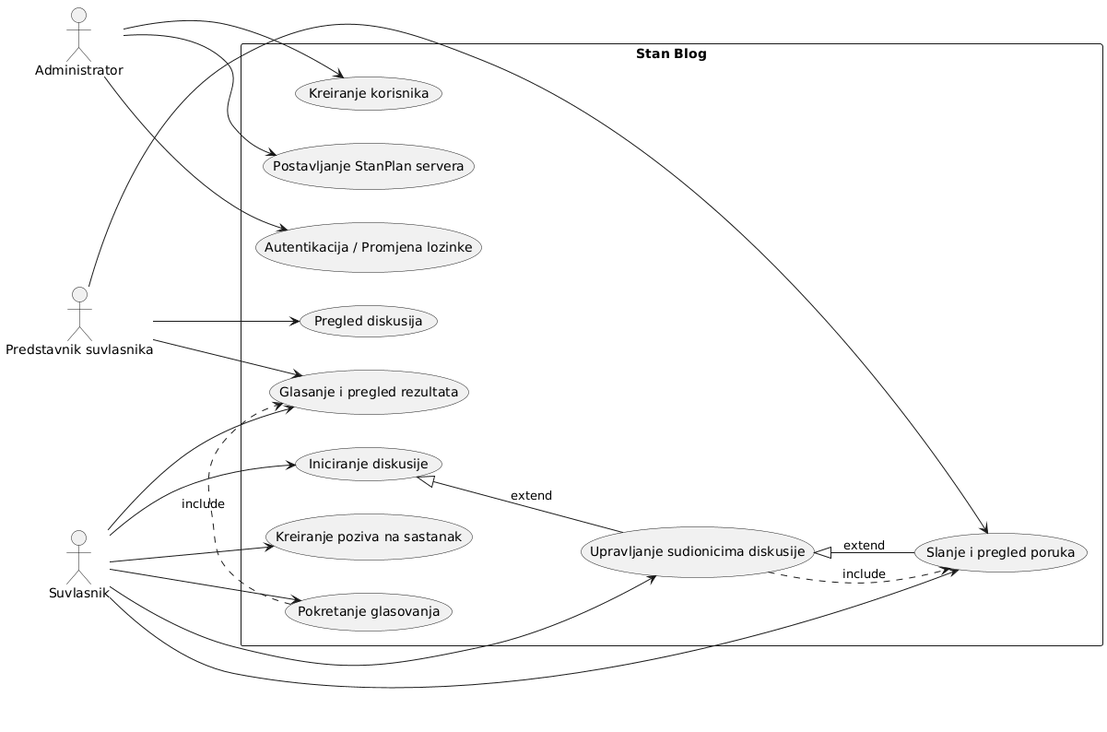
stanari123/progiProjekt keeps this PlantUML diagram as images/usecase_uml_stanblog.png. Above is the earlier version.
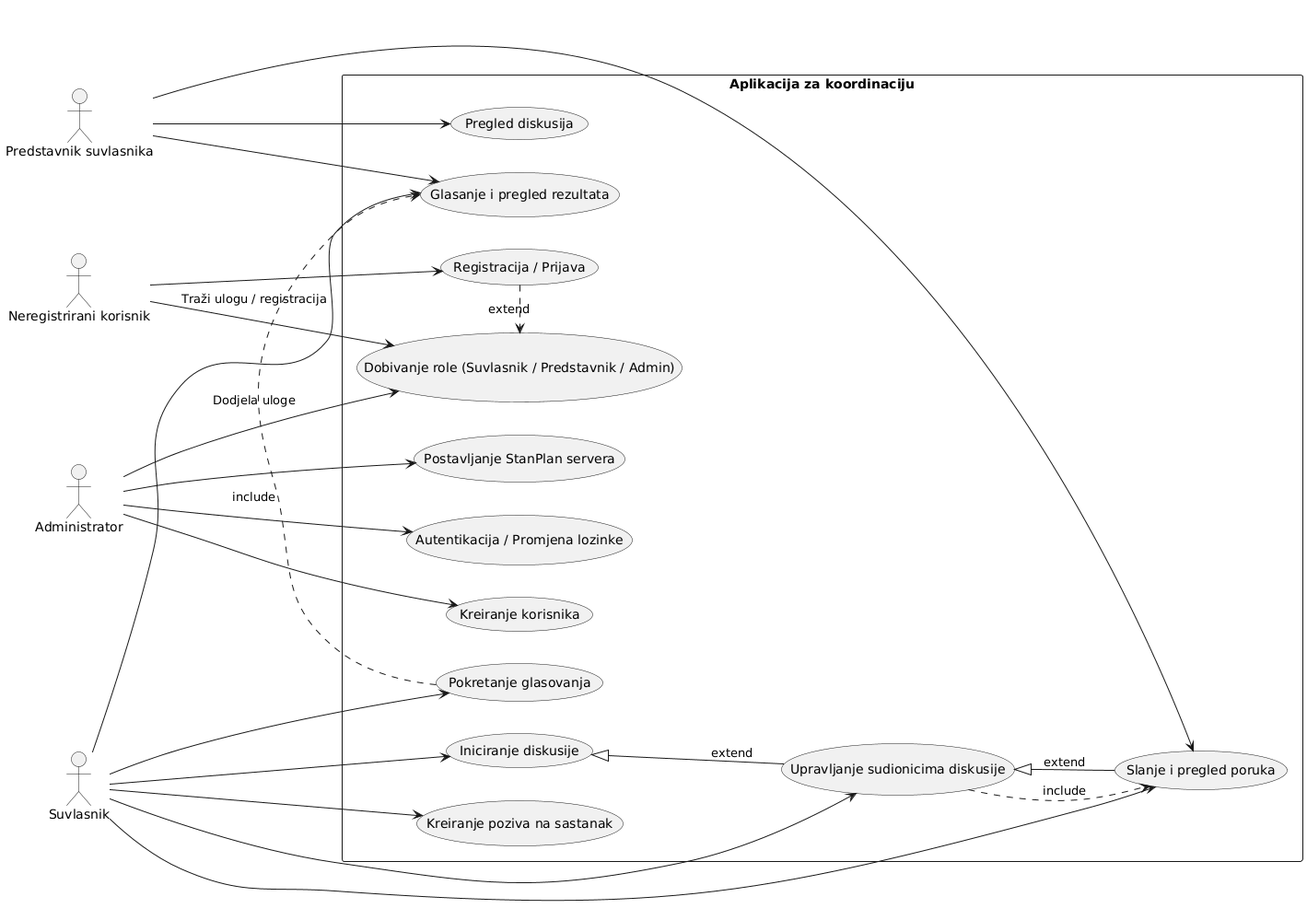
After the commit.

Diff of the diagram source:
```diff
@@ -2,12 +2,14 @@
 left to right direction
 skinparam packageStyle rectangle
 
+actor "Neregistrirani korisnik" as Guest
 actor "Administrator" as Admin
 actor "Predstavnik suvlasnika" as Representative
 actor "Suvlasnik" as Owner
 
-package "Stan Blog" {
+package "Aplikacija za koordinaciju" {
 
+  usecase "Registracija / Prijava" as UC0
   usecase "Kreiranje korisnika" as UC1
   usecase "Postavljanje StanPlan servera" as UC2
   usecase "Autentikacija / Promjena lozinke" as UC3
@@ -19,11 +21,17 @@
   usecase "Glasanje i pregled rezultata" as UC8
   usecase "Kreiranje poziva na sastanak" as UC9
   usecase "Pregled diskusija" as UC10
+
+  usecase "Dobivanje role (Suvlasnik / Predstavnik / Admin)" as UC11
 }
+
+Guest --> UC0
+Guest --> UC11 : "Traži ulogu / registracija"
 
 Admin --> UC1
 Admin --> UC2
 Admin --> UC3
+Admin --> UC11 : "Dodjela uloge"
 
 Owner --> UC4
 Owner --> UC5
@@ -40,4 +48,5 @@
 UC5 .> UC6 : include
 UC4 <|-- UC5 : extend
 UC5 <|-- UC6 : extend
+UC0 .> UC11 : extend
 @enduml
```
